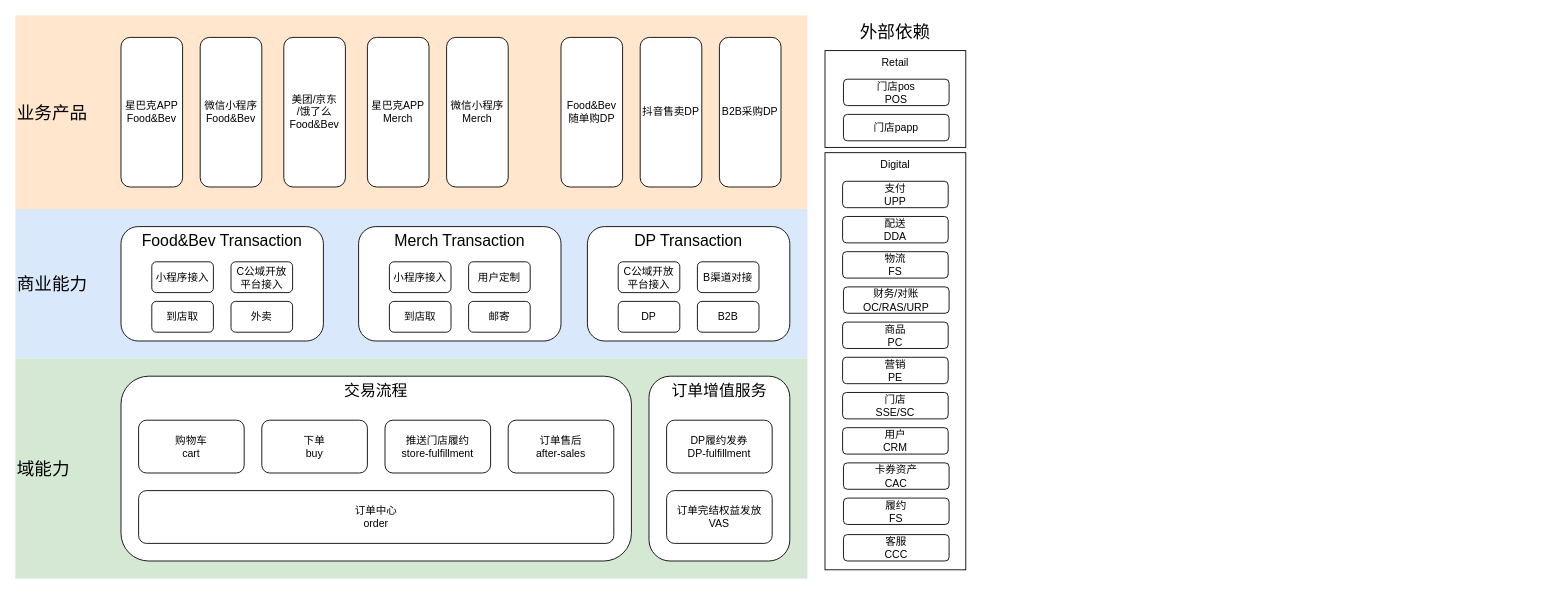
The draw.io diagram page "目标技术架构" (2 of 4) of OMS2.0业务架构.drawio in alexzhang2015/PC2.0, before the edit. Source tidied: cells renumbered, new cells numbered last; positions are measured from the earlier drawing's top-left corner, leaving out a move shared by most shapes. Both pictures are drawn from the tidied source at 88%, with x=0, y=0 at pixel (15, 15).
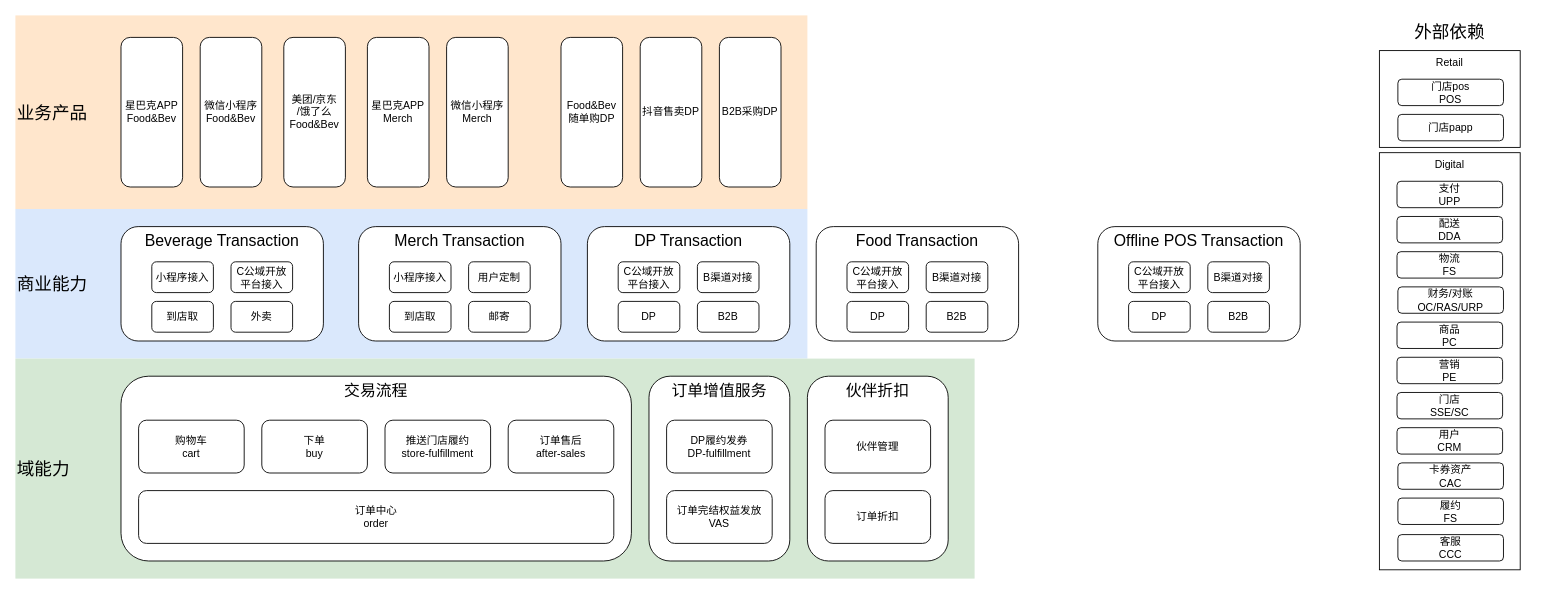
The same diagram, later.

Commit message:
更新OMS2.0业务架构.drawio

Diff of the diagram source:
```diff
@@
     <mxCell id="2" value="外部依赖" style="rounded=0;whiteSpace=wrap;html=1;align=center;fontSize=20;verticalAlign=top;strokeColor=none;" parent="1" vertex="1">
-      <mxGeometry x="900" width="200" height="640" as="geometry" />
+      <mxGeometry x="1530" width="200" height="640" as="geometry" />
     </mxCell>
     <mxCell id="3" value="Digital" style="rounded=0;whiteSpace=wrap;html=1;verticalAlign=top;" parent="1" vertex="1">
-      <mxGeometry x="920" y="156" width="160" height="474" as="geometry" />
+      <mxGeometry x="1550" y="156" width="160" height="474" as="geometry" />
     </mxCell>
@@
     <mxCell id="6" value="域能力" style="rounded=0;whiteSpace=wrap;html=1;align=left;strokeColor=none;fillColor=#d5e8d4;fontSize=20;" parent="1" vertex="1">
-      <mxGeometry y="390" width="900" height="250" as="geometry" />
+      <mxGeometry y="390" width="1090" height="250" as="geometry" />
     </mxCell>
@@
-    <mxCell id="18" value="&lt;font style=&quot;font-size: 18px;&quot;&gt;Food&amp;amp;Bev Transaction&lt;/font&gt;" style="rounded=1;whiteSpace=wrap;html=1;verticalAlign=top;" parent="1" vertex="1">
+    <mxCell id="18" value="&lt;font style=&quot;font-size: 18px;&quot;&gt;Beverage Transaction&lt;/font&gt;" style="rounded=1;whiteSpace=wrap;html=1;verticalAlign=top;" parent="1" vertex="1">
       <mxGeometry x="120" y="240" width="230" height="130" as="geometry" />
     </mxCell>
@@
     <mxCell id="39" value="支付&lt;div&gt;UPP&lt;/div&gt;" style="rounded=1;whiteSpace=wrap;html=1;" parent="1" vertex="1">
-      <mxGeometry x="940" y="188.5" width="120" height="30" as="geometry" />
+      <mxGeometry x="1570" y="188.5" width="120" height="30" as="geometry" />
     </mxCell>
     <mxCell id="40" value="配送&lt;div&gt;DDA&lt;/div&gt;" style="rounded=1;whiteSpace=wrap;html=1;" parent="1" vertex="1">
-      <mxGeometry x="940" y="228.5" width="120" height="30" as="geometry" />
+      <mxGeometry x="1570" y="228.5" width="120" height="30" as="geometry" />
     </mxCell>
     <mxCell id="41" value="物流&lt;div&gt;FS&lt;/div&gt;" style="rounded=1;whiteSpace=wrap;html=1;" parent="1" vertex="1">
-      <mxGeometry x="940" y="268.5" width="120" height="30" as="geometry" />
+      <mxGeometry x="1570" y="268.5" width="120" height="30" as="geometry" />
     </mxCell>
     <mxCell id="42" value="财务/对账&lt;div&gt;OC/RAS/URP&lt;/div&gt;" style="rounded=1;whiteSpace=wrap;html=1;" parent="1" vertex="1">
-      <mxGeometry x="941" y="308.5" width="120" height="30" as="geometry" />
+      <mxGeometry x="1571" y="308.5" width="120" height="30" as="geometry" />
     </mxCell>
     <mxCell id="43" value="商品&lt;div&gt;PC&lt;/div&gt;" style="rounded=1;whiteSpace=wrap;html=1;" parent="1" vertex="1">
-      <mxGeometry x="940" y="348.5" width="120" height="30" as="geometry" />
+      <mxGeometry x="1570" y="348.5" width="120" height="30" as="geometry" />
     </mxCell>
     <mxCell id="44" value="营销&lt;div&gt;PE&lt;/div&gt;" style="rounded=1;whiteSpace=wrap;html=1;" parent="1" vertex="1">
-      <mxGeometry x="940" y="388.5" width="120" height="30" as="geometry" />
+      <mxGeometry x="1570" y="388.5" width="120" height="30" as="geometry" />
     </mxCell>
     <mxCell id="45" value="门店&lt;div&gt;SSE/SC&lt;/div&gt;" style="rounded=1;whiteSpace=wrap;html=1;" parent="1" vertex="1">
-      <mxGeometry x="940" y="428.5" width="120" height="30" as="geometry" />
+      <mxGeometry x="1570" y="428.5" width="120" height="30" as="geometry" />
     </mxCell>
     <mxCell id="46" value="用户&lt;div&gt;CRM&lt;/div&gt;" style="rounded=1;whiteSpace=wrap;html=1;" parent="1" vertex="1">
-      <mxGeometry x="940" y="468.5" width="120" height="30" as="geometry" />
+      <mxGeometry x="1570" y="468.5" width="120" height="30" as="geometry" />
     </mxCell>
     <mxCell id="47" value="卡券资产&lt;div&gt;CAC&lt;/div&gt;" style="rounded=1;whiteSpace=wrap;html=1;" parent="1" vertex="1">
-      <mxGeometry x="941" y="508.5" width="120" height="30" as="geometry" />
+      <mxGeometry x="1571" y="508.5" width="120" height="30" as="geometry" />
     </mxCell>
     <mxCell id="48" value="履约&lt;div&gt;FS&lt;/div&gt;" style="rounded=1;whiteSpace=wrap;html=1;" parent="1" vertex="1">
-      <mxGeometry x="941" y="548.5" width="120" height="30" as="geometry" />
+      <mxGeometry x="1571" y="548.5" width="120" height="30" as="geometry" />
     </mxCell>
     <mxCell id="49" value="Retail" style="rounded=0;whiteSpace=wrap;html=1;verticalAlign=top;" parent="1" vertex="1">
-      <mxGeometry x="920" y="40" width="160" height="110" as="geometry" />
+      <mxGeometry x="1550" y="40" width="160" height="110" as="geometry" />
     </mxCell>
     <mxCell id="50" value="&lt;div&gt;门店pos&lt;/div&gt;&lt;div&gt;POS&lt;/div&gt;" style="rounded=1;whiteSpace=wrap;html=1;" parent="1" vertex="1">
-      <mxGeometry x="941" y="72.5" width="120" height="30" as="geometry" />
+      <mxGeometry x="1571" y="72.5" width="120" height="30" as="geometry" />
     </mxCell>
     <mxCell id="51" value="&lt;div&gt;门店papp&lt;/div&gt;" style="rounded=1;whiteSpace=wrap;html=1;" parent="1" vertex="1">
-      <mxGeometry x="941" y="112.5" width="120" height="30" as="geometry" />
+      <mxGeometry x="1571" y="112.5" width="120" height="30" as="geometry" />
     </mxCell>
     <mxCell id="52" value="客服&lt;div&gt;CCC&lt;/div&gt;" style="rounded=1;whiteSpace=wrap;html=1;" parent="1" vertex="1">
-      <mxGeometry x="941" y="590" width="120" height="30" as="geometry" />
+      <mxGeometry x="1571" y="590" width="120" height="30" as="geometry" />
     </mxCell>
+    <mxCell id="53" value="&lt;font style=&quot;font-size: 18px;&quot;&gt;伙伴折扣&lt;/font&gt;" style="rounded=1;whiteSpace=wrap;html=1;verticalAlign=top;" parent="1" vertex="1">
+      <mxGeometry x="900" y="410" width="160" height="210" as="geometry" />
+    </mxCell>
+    <mxCell id="54" value="&lt;div&gt;订单折扣&lt;/div&gt;" style="rounded=1;whiteSpace=wrap;html=1;" parent="1" vertex="1">
+      <mxGeometry x="920" y="540" width="120" height="60" as="geometry" />
+    </mxCell>
+    <mxCell id="55" value="伙伴管理" style="rounded=1;whiteSpace=wrap;html=1;" parent="1" vertex="1">
+      <mxGeometry x="920" y="460" width="120" height="60" as="geometry" />
+    </mxCell>
+    <mxCell id="56" value="Food Transaction" style="rounded=1;whiteSpace=wrap;html=1;verticalAlign=top;fontSize=18;" parent="1" vertex="1">
+      <mxGeometry x="910" y="240" width="230" height="130" as="geometry" />
+    </mxCell>
+    <mxCell id="57" value="C公域开放平台接入" style="rounded=1;whiteSpace=wrap;html=1;" parent="1" vertex="1">
+      <mxGeometry x="945" y="280" width="70" height="35" as="geometry" />
+    </mxCell>
+    <mxCell id="58" value="B渠道对接" style="rounded=1;whiteSpace=wrap;html=1;" parent="1" vertex="1">
+      <mxGeometry x="1035" y="280" width="70" height="35" as="geometry" />
+    </mxCell>
+    <mxCell id="59" value="DP" style="rounded=1;whiteSpace=wrap;html=1;" parent="1" vertex="1">
+      <mxGeometry x="945" y="325" width="70" height="35" as="geometry" />
+    </mxCell>
+    <mxCell id="60" value="B2B" style="rounded=1;whiteSpace=wrap;html=1;" parent="1" vertex="1">
+      <mxGeometry x="1035" y="325" width="70" height="35" as="geometry" />
+    </mxCell>
+    <mxCell id="61" value="Offline POS Transaction" style="rounded=1;whiteSpace=wrap;html=1;verticalAlign=top;fontSize=18;" parent="1" vertex="1">
+      <mxGeometry x="1230" y="240" width="230" height="130" as="geometry" />
+    </mxCell>
+    <mxCell id="62" value="C公域开放平台接入" style="rounded=1;whiteSpace=wrap;html=1;" parent="1" vertex="1">
+      <mxGeometry x="1265" y="280" width="70" height="35" as="geometry" />
+    </mxCell>
+    <mxCell id="63" value="B渠道对接" style="rounded=1;whiteSpace=wrap;html=1;" parent="1" vertex="1">
+      <mxGeometry x="1355" y="280" width="70" height="35" as="geometry" />
+    </mxCell>
+    <mxCell id="64" value="DP" style="rounded=1;whiteSpace=wrap;html=1;" parent="1" vertex="1">
+      <mxGeometry x="1265" y="325" width="70" height="35" as="geometry" />
+    </mxCell>
+    <mxCell id="65" value="B2B" style="rounded=1;whiteSpace=wrap;html=1;" parent="1" vertex="1">
+      <mxGeometry x="1355" y="325" width="70" height="35" as="geometry" />
+    </mxCell>
```
